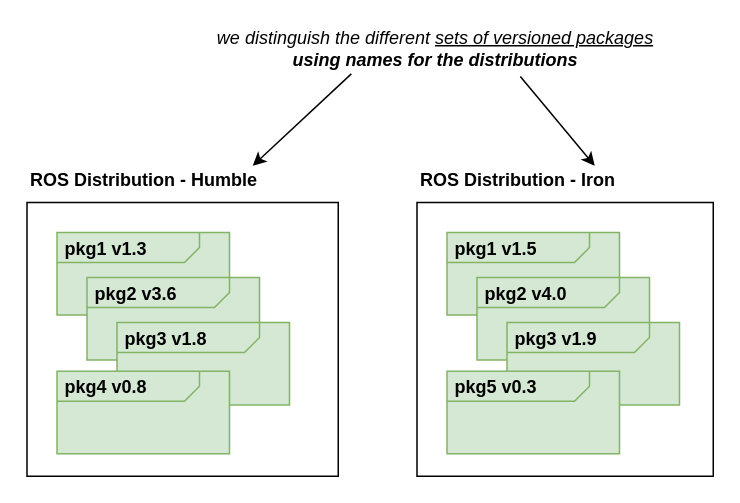
The draw.io diagram page "distro" (3 of 5) of src/resources/ros-intro.drawio in harleylara/robotics, before the edit. Source tidied: cells renumbered, new cells numbered last; positions are measured from the earlier drawing's top-left corner, leaving out a move shared by most shapes. Both pictures are drawn from the tidied source at 150%, with x=0, y=0 at pixel (26, 26).
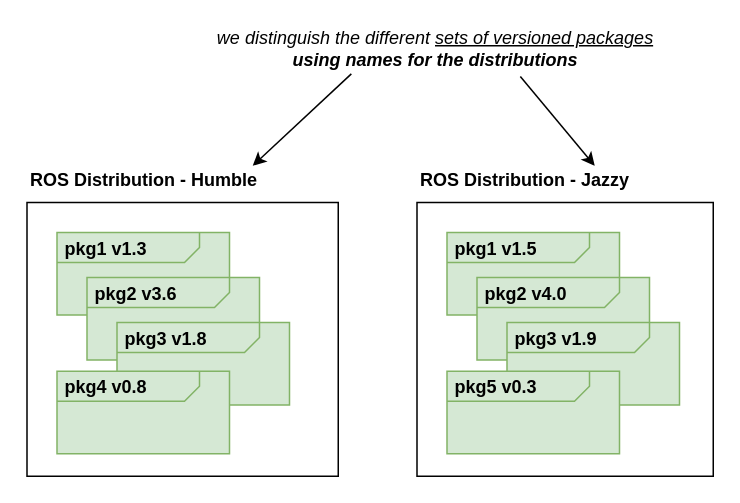
Above is the later version.

Diff of the diagram source:
```diff
@@
 <mxGraphModel>
   <root>
     <mxCell id="0" />
     <mxCell id="1" parent="0" />
     <mxCell id="2" style="rounded=0;whiteSpace=wrap;html=1;" parent="1" vertex="1">
       <mxGeometry x="0.5" y="117.5" width="207.5" height="182.5" as="geometry" />
     </mxCell>
     <mxCell id="3" value="&lt;p style=&quot;margin:0px;margin-top:4px;margin-left:5px;text-align:left;&quot;&gt;&lt;b&gt;pkg1 v1.3&lt;/b&gt;&lt;/p&gt;" style="html=1;shape=mxgraph.sysml.package;overflow=fill;labelX=95;align=left;spacingLeft=5;verticalAlign=top;spacingTop=-3;fillColor=#d5e8d4;strokeColor=#82b366;" parent="1" vertex="1">
       <mxGeometry x="20.5" y="137.5" width="115" height="55" as="geometry" />
     </mxCell>
     <mxCell id="4" value="&lt;p style=&quot;margin:0px;margin-top:4px;margin-left:5px;text-align:left;&quot;&gt;&lt;b&gt;pkg2 v3.6&lt;/b&gt;&lt;/p&gt;" style="html=1;shape=mxgraph.sysml.package;overflow=fill;labelX=95;align=left;spacingLeft=5;verticalAlign=top;spacingTop=-3;fillColor=#d5e8d4;strokeColor=#82b366;" parent="1" vertex="1">
       <mxGeometry x="40.5" y="167.5" width="115" height="55" as="geometry" />
     </mxCell>
     <mxCell id="5" value="&lt;p style=&quot;margin:0px;margin-top:4px;margin-left:5px;text-align:left;&quot;&gt;&lt;b&gt;pkg3 v1.8&lt;/b&gt;&lt;/p&gt;" style="html=1;shape=mxgraph.sysml.package;overflow=fill;labelX=95;align=left;spacingLeft=5;verticalAlign=top;spacingTop=-3;fillColor=#d5e8d4;strokeColor=#82b366;" parent="1" vertex="1">
       <mxGeometry x="60.5" y="197.5" width="115" height="55" as="geometry" />
     </mxCell>
     <mxCell id="6" value="ROS Distribution - Humble" style="text;html=1;strokeColor=none;fillColor=none;align=left;verticalAlign=middle;whiteSpace=wrap;rounded=0;fontStyle=1;" parent="1" vertex="1">
       <mxGeometry x="0.5" y="87.5" width="162.5" height="30" as="geometry" />
     </mxCell>
     <mxCell id="7" style="rounded=0;whiteSpace=wrap;html=1;" parent="1" vertex="1">
       <mxGeometry x="260.5" y="117.5" width="197.5" height="182.5" as="geometry" />
     </mxCell>
     <mxCell id="8" value="&lt;p style=&quot;margin:0px;margin-top:4px;margin-left:5px;text-align:left;&quot;&gt;&lt;b&gt;pkg1 v1.5&lt;/b&gt;&lt;/p&gt;" style="html=1;shape=mxgraph.sysml.package;overflow=fill;labelX=95;align=left;spacingLeft=5;verticalAlign=top;spacingTop=-3;fillColor=#d5e8d4;strokeColor=#82b366;" parent="1" vertex="1">
       <mxGeometry x="280.5" y="137.5" width="115" height="55" as="geometry" />
     </mxCell>
     <mxCell id="9" value="&lt;p style=&quot;margin:0px;margin-top:4px;margin-left:5px;text-align:left;&quot;&gt;&lt;b&gt;pkg2 v4.0&lt;/b&gt;&lt;/p&gt;" style="html=1;shape=mxgraph.sysml.package;overflow=fill;labelX=95;align=left;spacingLeft=5;verticalAlign=top;spacingTop=-3;fillColor=#d5e8d4;strokeColor=#82b366;" parent="1" vertex="1">
       <mxGeometry x="300.5" y="167.5" width="115" height="55" as="geometry" />
     </mxCell>
     <mxCell id="10" value="&lt;p style=&quot;margin:0px;margin-top:4px;margin-left:5px;text-align:left;&quot;&gt;&lt;b&gt;pkg3 v1.9&lt;/b&gt;&lt;/p&gt;" style="html=1;shape=mxgraph.sysml.package;overflow=fill;labelX=95;align=left;spacingLeft=5;verticalAlign=top;spacingTop=-3;fillColor=#d5e8d4;strokeColor=#82b366;" parent="1" vertex="1">
       <mxGeometry x="320.5" y="197.5" width="115" height="55" as="geometry" />
     </mxCell>
-    <mxCell id="11" value="ROS Distribution - Iron" style="text;html=1;strokeColor=none;fillColor=none;align=left;verticalAlign=middle;whiteSpace=wrap;rounded=0;fontStyle=1;" parent="1" vertex="1">
+    <mxCell id="11" value="ROS Distribution - Jazzy" style="text;html=1;strokeColor=none;fillColor=none;align=left;verticalAlign=middle;whiteSpace=wrap;rounded=0;fontStyle=1;" parent="1" vertex="1">
       <mxGeometry x="260.5" y="87.5" width="162.5" height="30" as="geometry" />
     </mxCell>
     <mxCell id="12" value="&lt;p style=&quot;margin:0px;margin-top:4px;margin-left:5px;text-align:left;&quot;&gt;&lt;b&gt;pkg4 v0.8&lt;/b&gt;&lt;/p&gt;" style="html=1;shape=mxgraph.sysml.package;overflow=fill;labelX=95;align=left;spacingLeft=5;verticalAlign=top;spacingTop=-3;fillColor=#d5e8d4;strokeColor=#82b366;" parent="1" vertex="1">
       <mxGeometry x="20.5" y="230" width="115" height="55" as="geometry" />
     </mxCell>
     <mxCell id="13" value="&lt;p style=&quot;margin:0px;margin-top:4px;margin-left:5px;text-align:left;&quot;&gt;&lt;b&gt;pkg5 v0.3&lt;/b&gt;&lt;/p&gt;" style="html=1;shape=mxgraph.sysml.package;overflow=fill;labelX=95;align=left;spacingLeft=5;verticalAlign=top;spacingTop=-3;fillColor=#d5e8d4;strokeColor=#82b366;" parent="1" vertex="1">
       <mxGeometry x="280.5" y="230" width="115" height="55" as="geometry" />
     </mxCell>
     <mxCell id="14" value="we distinguish the different &lt;u&gt;sets of versioned packages&lt;/u&gt; &lt;b&gt;using names for the distributions&lt;/b&gt;" style="text;html=1;strokeColor=none;fillColor=none;align=center;verticalAlign=middle;whiteSpace=wrap;rounded=0;fontStyle=2;" parent="1" vertex="1">
       <mxGeometry x="118" width="309.5" height="30" as="geometry" />
     </mxCell>
     <mxCell id="15" style="endArrow=classic;html=1;rounded=0;exitX=0.319;exitY=1.059;exitDx=0;exitDy=0;exitPerimeter=0;" parent="1" edge="1" source="14">
       <mxGeometry relative="1" as="geometry">
         <mxPoint x="151" y="93" as="targetPoint" />
       </mxGeometry>
     </mxCell>
     <mxCell id="16" style="endArrow=classic;html=1;rounded=0;exitX=0.683;exitY=1.117;exitDx=0;exitDy=0;exitPerimeter=0;" parent="1" edge="1" source="14">
       <mxGeometry relative="1" as="geometry">
         <mxPoint x="379" y="93" as="targetPoint" />
       </mxGeometry>
     </mxCell>
   </root>
 </mxGraphModel>
```
